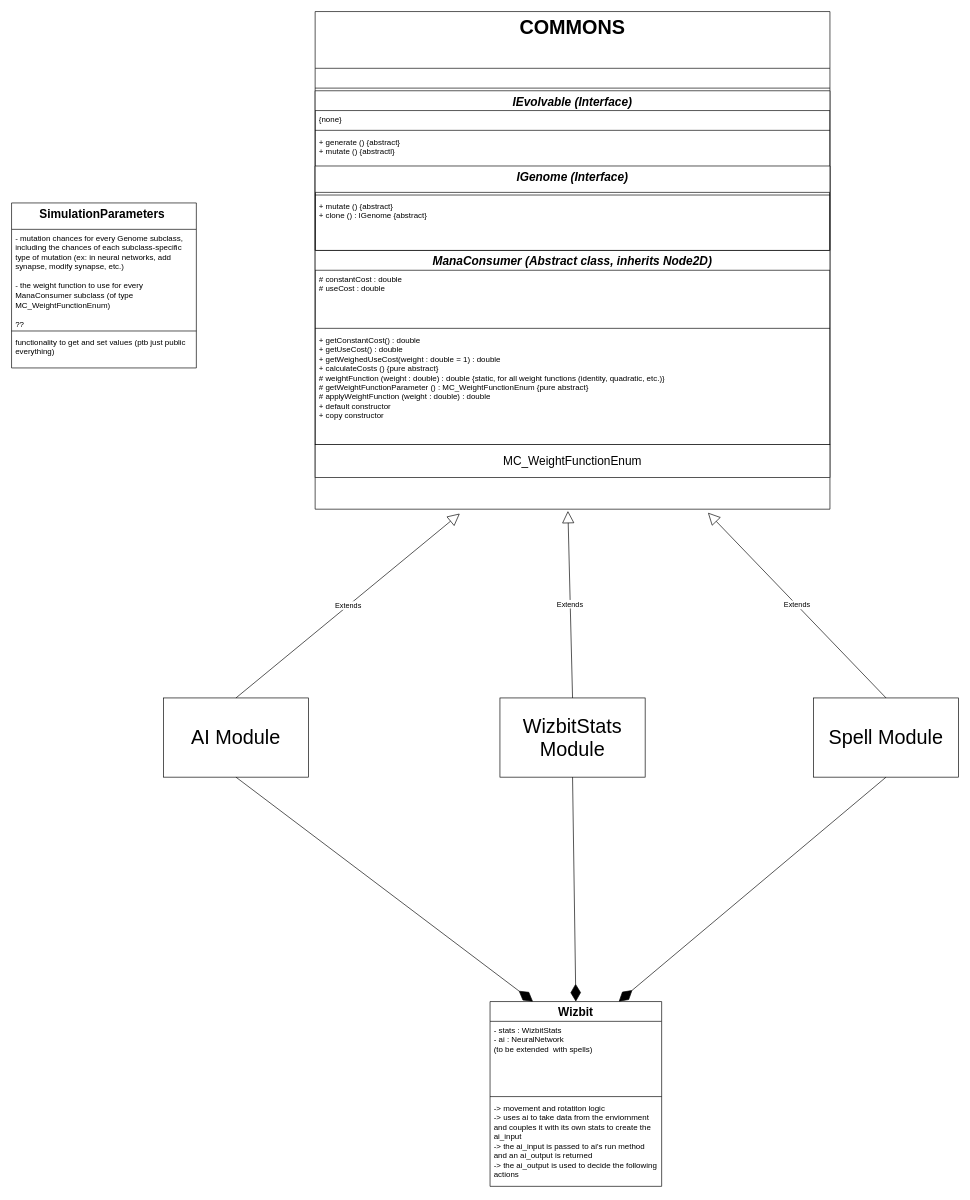
Above: project_structure/structure.drawio in anastasia-stefanescu/MagicEvolution (draw.io), before the change. Source tidied: cells renumbered, new cells numbered last; positions are measured from the earlier drawing's top-left corner, leaving out a move shared by most shapes. Both pictures are drawn from the tidied source at 66%, with x=0, y=0 at pixel (11, 11).
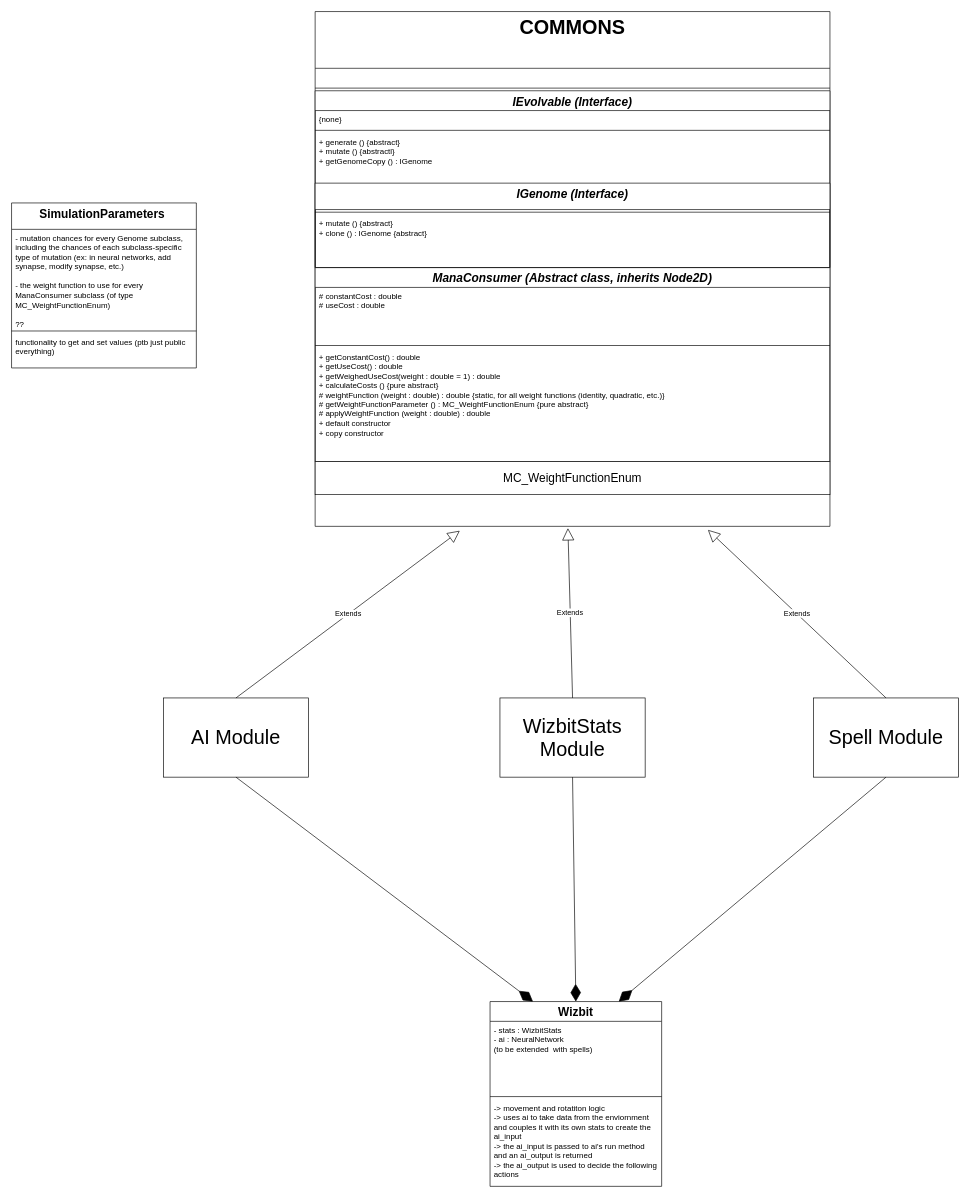
The same page after the edit.

Diff of the diagram source:
```diff
@@
     <mxCell id="10" value="&lt;font style=&quot;font-size: 30px;&quot;&gt;COMMONS&lt;/font&gt;" style="swimlane;fontStyle=1;align=center;verticalAlign=top;horizontal=1;startSize=86;whiteSpace=wrap;html=1;" parent="1" vertex="1">
-      <mxGeometry x="460" width="780" height="754" as="geometry" />
+      <mxGeometry x="460" width="780" height="780" as="geometry" />
     </mxCell>
@@
     <mxCell id="13" value="&lt;i&gt;&lt;font style=&quot;font-size: 18px;&quot;&gt;IEvolvable (Interface)&lt;/font&gt;&lt;/i&gt;" style="swimlane;fontStyle=1;align=center;verticalAlign=top;horizontal=1;startSize=30;whiteSpace=wrap;html=1;" parent="10" vertex="1">
-      <mxGeometry y="120" width="780" height="242" as="geometry" />
+      <mxGeometry y="120" width="780" height="268" as="geometry" />
     </mxCell>
@@
-    <mxCell id="16" value="+ generate () {abstract}&lt;div&gt;+ mutate () {abstractl}&lt;/div&gt;" style="text;strokeColor=none;fillColor=none;align=left;verticalAlign=top;spacingLeft=4;spacingRight=4;overflow=hidden;whiteSpace=wrap;html=1;" parent="13" vertex="1">
-      <mxGeometry y="64" width="780" height="50" as="geometry" />
+    <mxCell id="16" value="+ generate () {abstract}&lt;div&gt;+ mutate () {abstractl}&lt;/div&gt;&lt;div&gt;+ getGenomeCopy () : IGenome&lt;/div&gt;" style="text;strokeColor=none;fillColor=none;align=left;verticalAlign=top;spacingLeft=4;spacingRight=4;overflow=hidden;whiteSpace=wrap;html=1;" parent="13" vertex="1">
+      <mxGeometry y="64" width="780" height="76" as="geometry" />
     </mxCell>
     <mxCell id="17" value="&lt;i&gt;&lt;font style=&quot;font-size: 18px;&quot;&gt;IGenome (Interface)&lt;/font&gt;&lt;/i&gt;" style="swimlane;fontStyle=1;align=center;verticalAlign=top;horizontal=1;startSize=40;whiteSpace=wrap;html=1;" parent="13" vertex="1">
-      <mxGeometry y="114" width="780" height="128" as="geometry" />
+      <mxGeometry y="140" width="780" height="128" as="geometry" />
     </mxCell>
@@
     <mxCell id="20" value="&lt;i&gt;&lt;font style=&quot;font-size: 18px;&quot;&gt;ManaConsumer (Abstract class, inherits Node2D)&lt;/font&gt;&lt;/i&gt;" style="swimlane;fontStyle=1;align=center;verticalAlign=top;horizontal=1;startSize=30;whiteSpace=wrap;html=1;" parent="10" vertex="1">
-      <mxGeometry y="362" width="780" height="294" as="geometry" />
+      <mxGeometry y="388" width="780" height="294" as="geometry" />
     </mxCell>
@@
     <mxCell id="24" value="&lt;font style=&quot;font-size: 18px;&quot;&gt;MC_WeightFunctionEnum&lt;/font&gt;" style="html=1;whiteSpace=wrap;" parent="10" vertex="1">
-      <mxGeometry y="656" width="780" height="50" as="geometry" />
+      <mxGeometry y="682" width="780" height="50" as="geometry" />
     </mxCell>
     <mxCell id="25" value="&lt;div&gt;&lt;br&gt;&lt;/div&gt;&lt;div&gt;&lt;br&gt;&lt;/div&gt;&lt;div&gt;&lt;br&gt;&lt;/div&gt;&lt;div&gt;&lt;br&gt;&lt;/div&gt;&lt;div&gt;&lt;br&gt;&lt;/div&gt;&lt;div&gt;&lt;br&gt;&lt;/div&gt;&lt;div&gt;&lt;br&gt;&lt;/div&gt;&lt;div&gt;&lt;br&gt;&lt;/div&gt;&lt;div&gt;&lt;br&gt;&lt;/div&gt;&lt;div&gt;&lt;br&gt;&lt;/div&gt;&lt;div&gt;&lt;br&gt;&lt;/div&gt;&lt;div&gt;&lt;br&gt;&lt;/div&gt;&lt;div&gt;&lt;br&gt;&lt;/div&gt;&lt;div&gt;&lt;br&gt;&lt;/div&gt;&lt;div&gt;&lt;br&gt;&lt;/div&gt;&lt;div&gt;&lt;br&gt;&lt;/div&gt;&lt;div&gt;&lt;br&gt;&lt;/div&gt;&lt;div&gt;&lt;br&gt;&lt;/div&gt;&lt;div&gt;&lt;br&gt;&lt;/div&gt;&lt;div&gt;&lt;br&gt;&lt;/div&gt;&lt;div&gt;&lt;br&gt;&lt;/div&gt;&lt;div&gt;&lt;br&gt;&lt;/div&gt;&lt;div&gt;&lt;br&gt;&lt;/div&gt;&lt;div&gt;&lt;br&gt;&lt;/div&gt;&lt;div&gt;&lt;br&gt;&lt;/div&gt;&lt;div&gt;&lt;br&gt;&lt;/div&gt;&lt;div&gt;&lt;br&gt;&lt;/div&gt;&lt;div&gt;&lt;br&gt;&lt;/div&gt;&lt;div&gt;&lt;br&gt;&lt;/div&gt;&lt;div&gt;&lt;br&gt;&lt;/div&gt;&lt;div&gt;&lt;br&gt;&lt;/div&gt;&lt;div&gt;&lt;br&gt;&lt;/div&gt;&lt;div&gt;&lt;br&gt;&lt;/div&gt;&lt;div&gt;&lt;br&gt;&lt;/div&gt;&lt;div&gt;&lt;br&gt;&lt;/div&gt;&lt;div&gt;&lt;br&gt;&lt;/div&gt;&lt;div&gt;&lt;br&gt;&lt;/div&gt;&lt;div&gt;&lt;br&gt;&lt;/div&gt;&lt;div&gt;&lt;br&gt;&lt;/div&gt;&lt;div&gt;&lt;br&gt;&lt;/div&gt;&lt;div&gt;&lt;br&gt;&lt;/div&gt;&lt;div&gt;&lt;br&gt;&lt;/div&gt;&lt;div&gt;&lt;br&gt;&lt;/div&gt;" style="text;strokeColor=none;fillColor=none;align=left;verticalAlign=top;spacingLeft=4;spacingRight=4;overflow=hidden;points=[[0,0.5],[1,0.5]];portConstraint=eastwest;whiteSpace=wrap;html=1;" parent="10" vertex="1">
-      <mxGeometry y="706" width="780" height="48" as="geometry" />
+      <mxGeometry y="732" width="780" height="48" as="geometry" />
     </mxCell>
```
